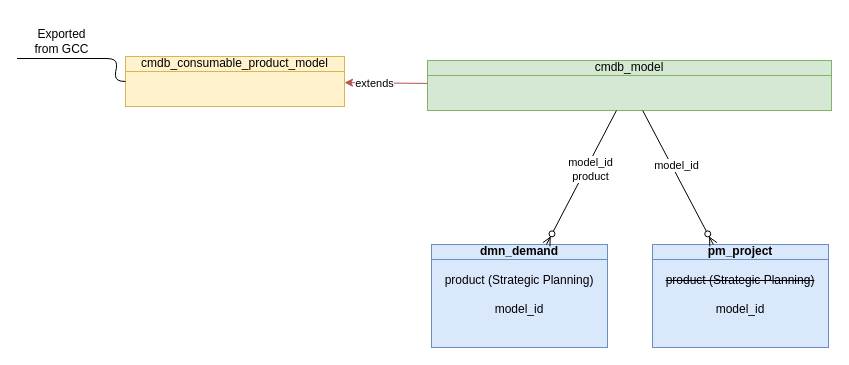
Above: page "start" (2 of 2) of JTI_product.drawio in algimas/tmp (draw.io), before the change. Source tidied: cells renumbered, new cells numbered last; positions are measured from the earlier drawing's top-left corner, leaving out a move shared by most shapes. Both pictures are drawn from the tidied source at 100%, with x=0, y=0 at pixel (17, 17).
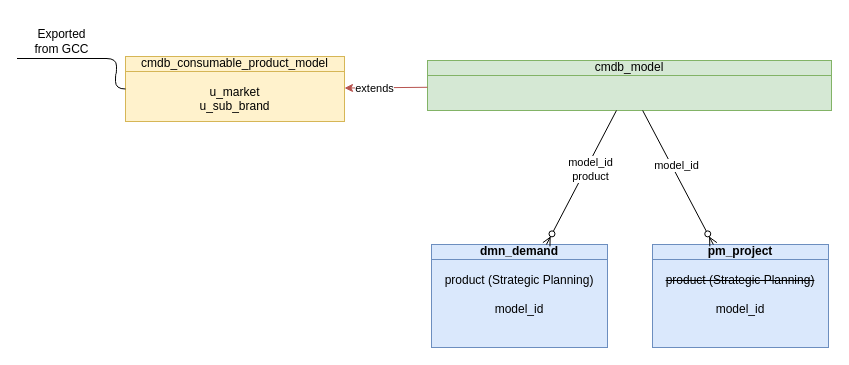
The same diagram, later.

The edit, as a diff of the source:
```diff
@@
 <mxGraphModel>
   <root>
     <mxCell id="0" />
     <mxCell id="1" parent="0" />
-    <mxCell id="2" value="cmdb_consumable_product_model" style="html=1;outlineConnect=0;whiteSpace=wrap;fillColor=#fff2cc;shape=mxgraph.archimate3.businessObject;overflow=fill;strokeColor=#d6b656;" parent="1" vertex="1">
-      <mxGeometry x="108" y="39" width="219" height="50" as="geometry" />
+    <mxCell id="2" value="&lt;div&gt;cmdb_consumable_product_model&lt;/div&gt;&lt;div&gt;&lt;br&gt;&lt;/div&gt;&lt;div&gt;u_market&lt;/div&gt;&lt;div&gt;u_sub_brand&lt;/div&gt;" style="html=1;outlineConnect=0;whiteSpace=wrap;fillColor=#fff2cc;shape=mxgraph.archimate3.businessObject;overflow=fill;strokeColor=#d6b656;" parent="1" vertex="1">
+      <mxGeometry x="108" y="39" width="219" height="65" as="geometry" />
     </mxCell>
     <mxCell id="3" value="cmdb_model" style="html=1;outlineConnect=0;whiteSpace=wrap;fillColor=#d5e8d4;shape=mxgraph.archimate3.businessObject;overflow=fill;strokeColor=#82b366;" parent="1" vertex="1">
       <mxGeometry x="410" y="43" width="404" height="50" as="geometry" />
     </mxCell>
     <mxCell id="4" style="endArrow=classic;html=1;rounded=0;fillColor=#f8cecc;strokeColor=#b85450;" parent="1" edge="1" source="3" target="2">
       <mxGeometry relative="1" as="geometry" />
     </mxCell>
     <mxCell id="5" value="extends" style="edgeLabel;html=1;align=center;verticalAlign=middle;" parent="4" vertex="1">
       <mxGeometry x="0.29" relative="1" as="geometry" />
     </mxCell>
     <mxCell id="6" value="&lt;div&gt;&lt;b&gt;dmn_demand&lt;/b&gt;&lt;/div&gt;&lt;div&gt;&lt;br&gt;&lt;/div&gt;&lt;div&gt;product (Strategic Planning)&lt;/div&gt;&lt;div&gt;&lt;br&gt;&lt;/div&gt;&lt;div&gt;model_id&lt;/div&gt;&lt;div&gt;&lt;br&gt;&lt;/div&gt;&lt;div&gt;&lt;br&gt;&lt;/div&gt;" style="html=1;outlineConnect=0;whiteSpace=wrap;fillColor=#dae8fc;shape=mxgraph.archimate3.businessObject;overflow=fill;strokeColor=#6c8ebf;" parent="1" vertex="1">
       <mxGeometry x="414" y="227" width="176" height="103" as="geometry" />
     </mxCell>
     <mxCell id="7" style="fontSize=12;html=1;endArrow=ERzeroToMany;endFill=1;rounded=0;" parent="1" edge="1" source="3" target="6">
       <mxGeometry relative="1" as="geometry" />
     </mxCell>
     <mxCell id="8" value="&lt;div&gt;model_id&lt;/div&gt;product" style="edgeLabel;html=1;align=center;verticalAlign=middle;" parent="7" vertex="1">
       <mxGeometry x="-0.16" y="4" relative="1" as="geometry" />
     </mxCell>
     <mxCell id="9" value="&lt;div&gt;&lt;b&gt;pm_project&lt;/b&gt;&lt;/div&gt;&lt;div&gt;&lt;br&gt;&lt;/div&gt;&lt;div&gt;&lt;div&gt;&lt;strike&gt;product (Strategic Planning)&lt;/strike&gt;&lt;/div&gt;&lt;div&gt;&lt;strike&gt;&lt;br&gt;&lt;/strike&gt;&lt;/div&gt;&lt;div&gt;model_id&lt;/div&gt;&lt;div&gt;&lt;br&gt;&lt;/div&gt;&lt;div&gt;&lt;br&gt;&lt;/div&gt;&lt;br&gt;&lt;/div&gt;" style="html=1;outlineConnect=0;whiteSpace=wrap;fillColor=#dae8fc;shape=mxgraph.archimate3.businessObject;overflow=fill;strokeColor=#6c8ebf;" parent="1" vertex="1">
       <mxGeometry x="635" y="227" width="176" height="103" as="geometry" />
     </mxCell>
     <mxCell id="10" value="&lt;div&gt;Exported&lt;/div&gt;&lt;div&gt;from GCC&lt;/div&gt;" style="whiteSpace=wrap;html=1;shape=partialRectangle;top=0;left=0;bottom=1;right=0;points=[[0,1],[1,1]];fillColor=none;align=center;verticalAlign=bottom;routingCenterY=0.5;snapToPoint=1;newEdgeStyle={&quot;edgeStyle&quot;:&quot;entityRelationEdgeStyle&quot;,&quot;startArrow&quot;:&quot;none&quot;,&quot;endArrow&quot;:&quot;none&quot;,&quot;segment&quot;:10,&quot;curved&quot;:1,&quot;sourcePerimeterSpacing&quot;:0,&quot;targetPerimeterSpacing&quot;:0};" parent="1" vertex="1">
       <mxGeometry width="89" height="41" as="geometry" />
     </mxCell>
     <mxCell id="11" style="edgeStyle=entityRelationEdgeStyle;startArrow=none;endArrow=none;segment=10;curved=1;sourcePerimeterSpacing=0;targetPerimeterSpacing=0;rounded=0;" parent="1" edge="1" source="2" target="10">
       <mxGeometry relative="1" as="geometry" />
     </mxCell>
     <mxCell id="12" style="fontSize=12;html=1;endArrow=ERzeroToMany;endFill=1;rounded=0;" parent="1" edge="1" source="3" target="9">
       <mxGeometry relative="1" as="geometry" />
     </mxCell>
     <mxCell id="13" value="model_id" style="edgeLabel;html=1;align=center;verticalAlign=middle;" parent="12" vertex="1">
       <mxGeometry x="-0.16" y="4" relative="1" as="geometry" />
     </mxCell>
   </root>
 </mxGraphModel>
```
